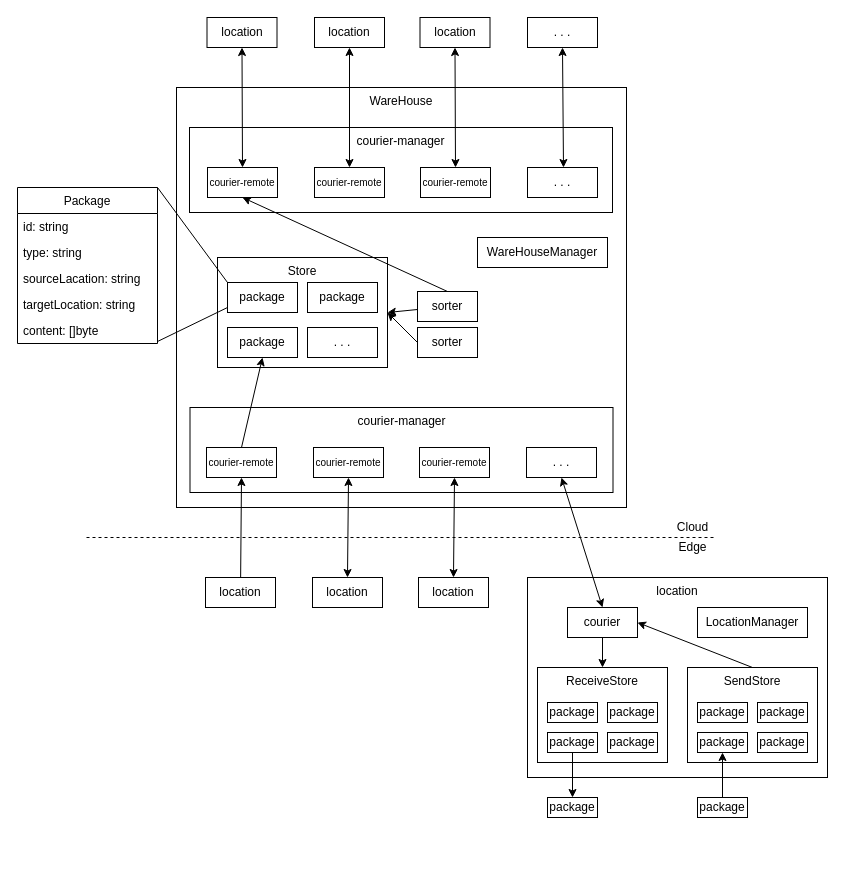
This is docs/architecture.drawio from seveirbian/express, a draw.io file, before an edit. Source tidied: cells renumbered, new cells numbered last; positions are measured from the earlier drawing's top-left corner, leaving out a move shared by most shapes. Both pictures are drawn from the tidied source at 100%, with x=0, y=0 at pixel (17, 17).
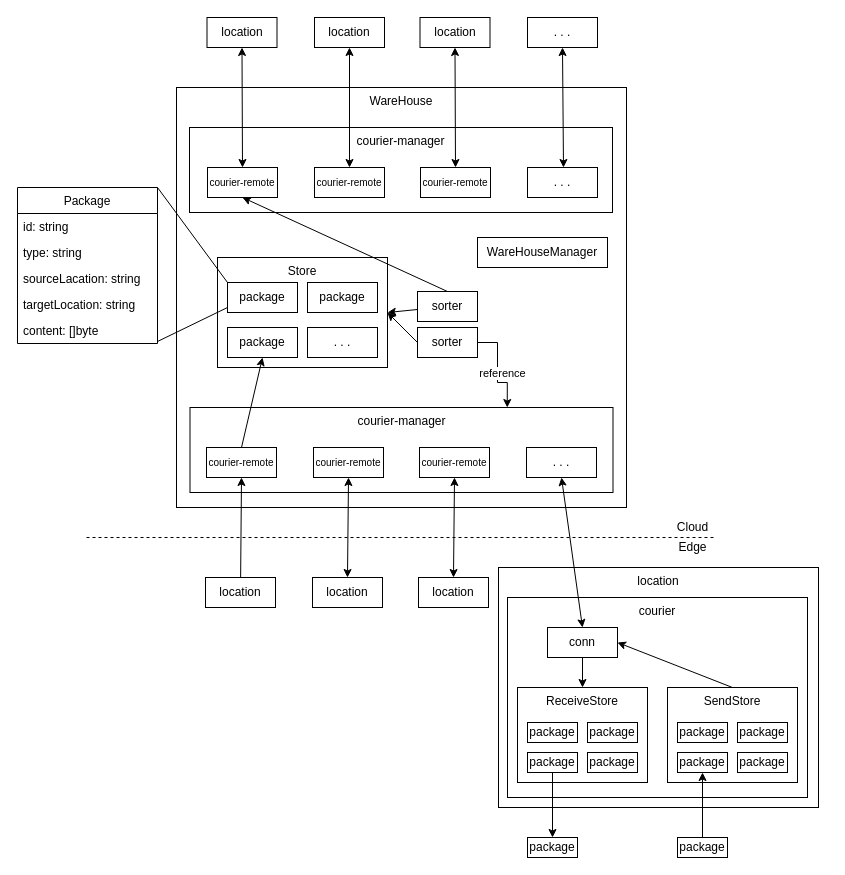
The same diagram, later.

Unchanged cells that the change refers to:
```xml
<mxCell id="3" value="courier-manager" style="rounded=0;whiteSpace=wrap;html=1;verticalAlign=top;" parent="1" vertex="1">
  <mxGeometry x="172.5" y="390" width="423" height="85" as="geometry" />
</mxCell>
<mxCell id="19" value="sorter" style="rounded=0;whiteSpace=wrap;html=1;verticalAlign=middle;" parent="1" vertex="1">
  <mxGeometry x="400" y="310" width="60" height="30" as="geometry" />
</mxCell>
```

Change to the diagram source:
```diff
@@
+    <mxCell id="71" value="location" style="rounded=0;whiteSpace=wrap;html=1;verticalAlign=top;" parent="1" vertex="1">
+      <mxGeometry x="481" y="550" width="320" height="240" as="geometry" />
+    </mxCell>
@@
+    <mxCell id="72" style="edgeStyle=orthogonalEdgeStyle;rounded=0;jettySize=auto;html=1;exitX=1;exitY=0.5;exitDx=0;exitDy=0;entryX=0.75;entryY=0;entryDx=0;entryDy=0;" parent="1" edge="1" source="19" target="3">
+      <mxGeometry relative="1" as="geometry" />
+    </mxCell>
+    <mxCell id="73" value="reference" style="edgeLabel;html=1;align=center;verticalAlign=middle;" parent="72" vertex="1">
+      <mxGeometry x="0.05" y="4" relative="1" as="geometry" />
+    </mxCell>
@@
-    <mxCell id="33" value="location" style="rounded=0;whiteSpace=wrap;html=1;verticalAlign=top;" parent="1" vertex="1">
-      <mxGeometry x="510" y="560" width="300" height="200" as="geometry" />
+    <mxCell id="33" value="courier" style="rounded=0;whiteSpace=wrap;html=1;verticalAlign=top;" parent="1" vertex="1">
+      <mxGeometry x="490" y="580" width="300" height="200" as="geometry" />
     </mxCell>
@@
     <mxCell id="52" value="ReceiveStore" style="rounded=0;whiteSpace=wrap;html=1;verticalAlign=top;" parent="1" vertex="1">
-      <mxGeometry x="520" y="650" width="130" height="95" as="geometry" />
+      <mxGeometry x="500" y="670" width="130" height="95" as="geometry" />
     </mxCell>
     <mxCell id="53" value="package" style="rounded=0;whiteSpace=wrap;html=1;verticalAlign=middle;" parent="1" vertex="1">
-      <mxGeometry x="530" y="685" width="50" height="20" as="geometry" />
+      <mxGeometry x="510" y="705" width="50" height="20" as="geometry" />
     </mxCell>
     <mxCell id="54" value="package" style="rounded=0;whiteSpace=wrap;html=1;verticalAlign=middle;" parent="1" vertex="1">
-      <mxGeometry x="590" y="685" width="50" height="20" as="geometry" />
+      <mxGeometry x="570" y="705" width="50" height="20" as="geometry" />
     </mxCell>
     <mxCell id="55" value="package" style="rounded=0;whiteSpace=wrap;html=1;verticalAlign=middle;" parent="1" vertex="1">
-      <mxGeometry x="530" y="715" width="50" height="20" as="geometry" />
+      <mxGeometry x="510" y="735" width="50" height="20" as="geometry" />
     </mxCell>
     <mxCell id="56" value="package" style="rounded=0;whiteSpace=wrap;html=1;verticalAlign=middle;" parent="1" vertex="1">
-      <mxGeometry x="590" y="715" width="50" height="20" as="geometry" />
+      <mxGeometry x="570" y="735" width="50" height="20" as="geometry" />
     </mxCell>
     <mxCell id="57" value="SendStore" style="rounded=0;whiteSpace=wrap;html=1;verticalAlign=top;" parent="1" vertex="1">
-      <mxGeometry x="670" y="650" width="130" height="95" as="geometry" />
+      <mxGeometry x="650" y="670" width="130" height="95" as="geometry" />
     </mxCell>
     <mxCell id="58" value="package" style="rounded=0;whiteSpace=wrap;html=1;verticalAlign=middle;" parent="1" vertex="1">
-      <mxGeometry x="680" y="685" width="50" height="20" as="geometry" />
+      <mxGeometry x="660" y="705" width="50" height="20" as="geometry" />
     </mxCell>
     <mxCell id="59" value="package" style="rounded=0;whiteSpace=wrap;html=1;verticalAlign=middle;" parent="1" vertex="1">
-      <mxGeometry x="740" y="685" width="50" height="20" as="geometry" />
+      <mxGeometry x="720" y="705" width="50" height="20" as="geometry" />
     </mxCell>
     <mxCell id="60" value="package" style="rounded=0;whiteSpace=wrap;html=1;verticalAlign=middle;" parent="1" vertex="1">
-      <mxGeometry x="680" y="715" width="50" height="20" as="geometry" />
+      <mxGeometry x="660" y="735" width="50" height="20" as="geometry" />
     </mxCell>
     <mxCell id="61" value="package" style="rounded=0;whiteSpace=wrap;html=1;verticalAlign=middle;" parent="1" vertex="1">
-      <mxGeometry x="740" y="715" width="50" height="20" as="geometry" />
+      <mxGeometry x="720" y="735" width="50" height="20" as="geometry" />
     </mxCell>
-    <mxCell id="62" value="courier" style="rounded=0;whiteSpace=wrap;html=1;verticalAlign=middle;" parent="1" vertex="1">
-      <mxGeometry x="550" y="590" width="70" height="30" as="geometry" />
+    <mxCell id="62" value="conn" style="rounded=0;whiteSpace=wrap;html=1;verticalAlign=middle;" parent="1" vertex="1">
+      <mxGeometry x="530" y="610" width="70" height="30" as="geometry" />
     </mxCell>
@@
-    <mxCell id="64" value="LocationManager" style="rounded=0;whiteSpace=wrap;html=1;verticalAlign=middle;" parent="1" vertex="1">
-      <mxGeometry x="680" y="590" width="110" height="30" as="geometry" />
-    </mxCell>
@@
     <mxCell id="67" value="package" style="rounded=0;whiteSpace=wrap;html=1;verticalAlign=middle;" parent="1" vertex="1">
-      <mxGeometry x="680" y="780" width="50" height="20" as="geometry" />
+      <mxGeometry x="660" y="820" width="50" height="20" as="geometry" />
     </mxCell>
@@
     <mxCell id="69" value="package" style="rounded=0;whiteSpace=wrap;html=1;verticalAlign=middle;" parent="1" vertex="1">
-      <mxGeometry x="530" y="780" width="50" height="20" as="geometry" />
+      <mxGeometry x="510" y="820" width="50" height="20" as="geometry" />
     </mxCell>
```
